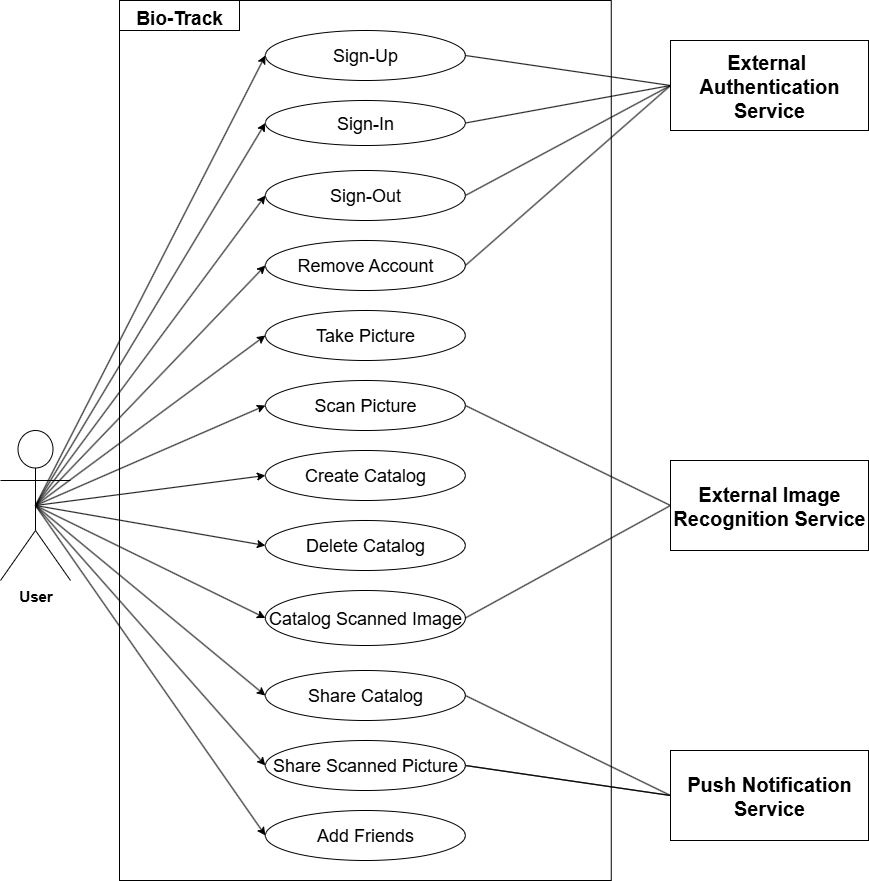
Above: documentation/images/Use Case Diagram (CPEN).drawio.png in XXLSmile/BioTrack (draw.io), before the change. Source tidied: cells renumbered, new cells last; positions are measured from the earlier drawing's top-left corner, leaving out a move shared by most shapes. Source of this version:
```xml
<mxGraphModel>
  <root>
    <mxCell id="0" />
    <mxCell id="1" parent="0" />
    <mxCell id="2" style="rounded=0;whiteSpace=wrap;html=1;" parent="1" vertex="1">
      <mxGeometry x="119" width="491.8" height="880" as="geometry" />
    </mxCell>
    <mxCell id="3" value="&lt;font&gt;User&lt;/font&gt;" style="shape=umlActor;verticalLabelPosition=bottom;verticalAlign=top;html=1;outlineConnect=0;fontStyle=1;fontSize=15;" parent="1" vertex="1">
      <mxGeometry y="430" width="70" height="150" as="geometry" />
    </mxCell>
    <mxCell id="4" value="External&amp;nbsp;&lt;div&gt;Authentication Service&lt;/div&gt;" style="html=1;whiteSpace=wrap;fontSize=20;fontStyle=1;" parent="1" vertex="1">
      <mxGeometry x="670" y="40" width="198" height="90" as="geometry" />
    </mxCell>
    <mxCell id="5" value="External Image Recognition Service" style="html=1;whiteSpace=wrap;fontSize=20;fontStyle=1;" parent="1" vertex="1">
      <mxGeometry x="670" y="460" width="198" height="90" as="geometry" />
    </mxCell>
    <mxCell id="6" value="Push Notification Service" style="html=1;whiteSpace=wrap;fontSize=20;fontStyle=1;" parent="1" vertex="1">
      <mxGeometry x="670" y="750" width="198" height="90" as="geometry" />
    </mxCell>
    <mxCell id="7" value="&lt;font style=&quot;font-size: 18px;&quot;&gt;Remove Account&lt;/font&gt;" style="ellipse;whiteSpace=wrap;html=1;" parent="1" vertex="1">
      <mxGeometry x="264.9" y="240" width="200" height="50" as="geometry" />
    </mxCell>
    <mxCell id="8" value="&lt;font style=&quot;font-size: 18px;&quot;&gt;Sign-Up&lt;/font&gt;" style="ellipse;whiteSpace=wrap;html=1;" parent="1" vertex="1">
      <mxGeometry x="264.9" y="30" width="200" height="50" as="geometry" />
    </mxCell>
    <mxCell id="9" value="&lt;font style=&quot;font-size: 18px;&quot;&gt;Sign-In&lt;/font&gt;" style="ellipse;whiteSpace=wrap;html=1;" parent="1" vertex="1">
      <mxGeometry x="264.9" y="100" width="200" height="45" as="geometry" />
    </mxCell>
    <mxCell id="10" value="&lt;font style=&quot;font-size: 18px;&quot;&gt;Sign-Out&lt;/font&gt;" style="ellipse;whiteSpace=wrap;html=1;" parent="1" vertex="1">
      <mxGeometry x="264.9" y="170" width="200" height="50" as="geometry" />
    </mxCell>
    <mxCell id="11" style="endArrow=classic;html=1;rounded=0;entryX=0;entryY=0.5;entryDx=0;entryDy=0;exitX=0.5;exitY=0.5;exitDx=0;exitDy=0;exitPerimeter=0;" parent="1" edge="1" source="3" target="8">
      <mxGeometry relative="1" as="geometry" />
    </mxCell>
    <mxCell id="12" style="endArrow=classic;html=1;rounded=0;entryX=0;entryY=0.5;entryDx=0;entryDy=0;exitX=0.5;exitY=0.5;exitDx=0;exitDy=0;exitPerimeter=0;" parent="1" edge="1" source="3" target="9">
      <mxGeometry relative="1" as="geometry" />
    </mxCell>
    <mxCell id="13" style="endArrow=classic;html=1;rounded=0;entryX=0;entryY=0.5;entryDx=0;entryDy=0;exitX=0.5;exitY=0.5;exitDx=0;exitDy=0;exitPerimeter=0;" parent="1" edge="1" source="3" target="10">
      <mxGeometry relative="1" as="geometry" />
    </mxCell>
    <mxCell id="14" style="endArrow=classic;html=1;rounded=0;entryX=0;entryY=0.5;entryDx=0;entryDy=0;exitX=0.5;exitY=0.5;exitDx=0;exitDy=0;exitPerimeter=0;" parent="1" edge="1" source="3" target="7">
      <mxGeometry relative="1" as="geometry" />
    </mxCell>
    <mxCell id="15" value="&lt;font style=&quot;font-size: 18px;&quot;&gt;Take Picture&lt;/font&gt;" style="ellipse;whiteSpace=wrap;html=1;" parent="1" vertex="1">
      <mxGeometry x="264.9" y="310" width="200" height="50" as="geometry" />
    </mxCell>
    <mxCell id="16" value="&lt;font style=&quot;font-size: 18px;&quot;&gt;Scan Picture&lt;/font&gt;" style="ellipse;whiteSpace=wrap;html=1;" parent="1" vertex="1">
      <mxGeometry x="264.9" y="380" width="200" height="50" as="geometry" />
    </mxCell>
    <mxCell id="17" style="endArrow=none;html=1;rounded=0;exitX=1;exitY=0.5;exitDx=0;exitDy=0;entryX=0;entryY=0.5;entryDx=0;entryDy=0;" parent="1" edge="1" source="8" target="4">
      <mxGeometry relative="1" as="geometry" />
    </mxCell>
    <mxCell id="18" style="endArrow=none;html=1;rounded=0;exitX=1;exitY=0.5;exitDx=0;exitDy=0;entryX=0;entryY=0.5;entryDx=0;entryDy=0;" parent="1" edge="1" source="9" target="4">
      <mxGeometry relative="1" as="geometry" />
    </mxCell>
    <mxCell id="19" style="endArrow=none;html=1;rounded=0;exitX=1;exitY=0.5;exitDx=0;exitDy=0;entryX=0;entryY=0.5;entryDx=0;entryDy=0;" parent="1" edge="1" source="10" target="4">
      <mxGeometry relative="1" as="geometry" />
    </mxCell>
    <mxCell id="20" style="endArrow=none;html=1;rounded=0;exitX=1;exitY=0.5;exitDx=0;exitDy=0;entryX=0;entryY=0.5;entryDx=0;entryDy=0;" parent="1" edge="1" source="7" target="4">
      <mxGeometry relative="1" as="geometry" />
    </mxCell>
    <mxCell id="21" style="endArrow=classic;html=1;rounded=0;entryX=0;entryY=0.5;entryDx=0;entryDy=0;exitX=0.5;exitY=0.5;exitDx=0;exitDy=0;exitPerimeter=0;" parent="1" edge="1" source="3" target="15">
      <mxGeometry relative="1" as="geometry" />
    </mxCell>
    <mxCell id="22" style="endArrow=classic;html=1;rounded=0;entryX=0;entryY=0.5;entryDx=0;entryDy=0;exitX=0.5;exitY=0.5;exitDx=0;exitDy=0;exitPerimeter=0;" parent="1" edge="1" source="3" target="16">
      <mxGeometry relative="1" as="geometry" />
    </mxCell>
    <mxCell id="23" style="endArrow=none;html=1;rounded=0;exitX=1;exitY=0.5;exitDx=0;exitDy=0;entryX=0;entryY=0.5;entryDx=0;entryDy=0;" parent="1" edge="1" source="16" target="5">
      <mxGeometry relative="1" as="geometry" />
    </mxCell>
    <mxCell id="24" value="&lt;font style=&quot;font-size: 18px;&quot;&gt;Delete Catalog&lt;/font&gt;" style="ellipse;whiteSpace=wrap;html=1;" parent="1" vertex="1">
      <mxGeometry x="264.9" y="520" width="200" height="50" as="geometry" />
    </mxCell>
    <mxCell id="25" value="&lt;font style=&quot;font-size: 18px;&quot;&gt;Catalog Scanned Image&lt;/font&gt;" style="ellipse;whiteSpace=wrap;html=1;" parent="1" vertex="1">
      <mxGeometry x="264.9" y="590" width="200" height="55" as="geometry" />
    </mxCell>
    <mxCell id="26" value="&lt;font style=&quot;font-size: 18px;&quot;&gt;Create Catalog&lt;/font&gt;" style="ellipse;whiteSpace=wrap;html=1;" parent="1" vertex="1">
      <mxGeometry x="264.9" y="450" width="200" height="50" as="geometry" />
    </mxCell>
    <mxCell id="27" value="&lt;font style=&quot;font-size: 18px;&quot;&gt;Share Catalog&lt;/font&gt;" style="ellipse;whiteSpace=wrap;html=1;" parent="1" vertex="1">
      <mxGeometry x="264.9" y="670" width="200" height="50" as="geometry" />
    </mxCell>
    <mxCell id="28" style="endArrow=none;html=1;rounded=0;exitX=1;exitY=0.5;exitDx=0;exitDy=0;entryX=0;entryY=0.5;entryDx=0;entryDy=0;" parent="1" edge="1" source="25" target="5">
      <mxGeometry relative="1" as="geometry" />
    </mxCell>
    <mxCell id="29" style="endArrow=classic;html=1;rounded=0;entryX=0;entryY=0.5;entryDx=0;entryDy=0;entryPerimeter=0;exitX=0.5;exitY=0.5;exitDx=0;exitDy=0;exitPerimeter=0;" parent="1" edge="1" source="3" target="26">
      <mxGeometry relative="1" as="geometry" />
    </mxCell>
    <mxCell id="30" style="endArrow=classic;html=1;rounded=0;fontFamily=Helvetica;fontSize=15;fontColor=default;fontStyle=1;exitX=0.5;exitY=0.5;exitDx=0;exitDy=0;exitPerimeter=0;entryX=0;entryY=0.5;entryDx=0;entryDy=0;" parent="1" edge="1" source="3" target="24">
      <mxGeometry relative="1" as="geometry" />
    </mxCell>
    <mxCell id="31" style="endArrow=classic;html=1;rounded=0;fontFamily=Helvetica;fontSize=15;fontColor=default;fontStyle=1;exitX=0.5;exitY=0.5;exitDx=0;exitDy=0;exitPerimeter=0;entryX=0;entryY=0.5;entryDx=0;entryDy=0;" parent="1" edge="1" source="3" target="27">
      <mxGeometry relative="1" as="geometry" />
    </mxCell>
    <mxCell id="32" style="endArrow=classic;html=1;rounded=0;fontFamily=Helvetica;fontSize=15;fontColor=default;fontStyle=1;exitX=0.5;exitY=0.5;exitDx=0;exitDy=0;exitPerimeter=0;entryX=0;entryY=0.5;entryDx=0;entryDy=0;" parent="1" edge="1" source="3" target="25">
      <mxGeometry relative="1" as="geometry" />
    </mxCell>
    <mxCell id="33" style="endArrow=none;html=1;rounded=0;fontFamily=Helvetica;fontSize=15;fontColor=default;fontStyle=1;exitX=1;exitY=0.5;exitDx=0;exitDy=0;entryX=0;entryY=0.5;entryDx=0;entryDy=0;" parent="1" edge="1" source="38" target="6">
      <mxGeometry relative="1" as="geometry" />
    </mxCell>
    <mxCell id="34" style="endArrow=classic;html=1;rounded=0;fontFamily=Helvetica;fontSize=15;fontColor=default;fontStyle=1;exitX=0.5;exitY=0.5;exitDx=0;exitDy=0;exitPerimeter=0;entryX=0;entryY=0.5;entryDx=0;entryDy=0;" parent="1" edge="1" source="3" target="38">
      <mxGeometry relative="1" as="geometry" />
    </mxCell>
    <mxCell id="35" value="&lt;font style=&quot;font-size: 18px;&quot;&gt;Add Friends&lt;/font&gt;" style="ellipse;whiteSpace=wrap;html=1;" parent="1" vertex="1">
      <mxGeometry x="264.9" y="810" width="200" height="50" as="geometry" />
    </mxCell>
    <mxCell id="36" style="endArrow=classic;html=1;rounded=0;fontFamily=Helvetica;fontSize=15;fontColor=default;fontStyle=1;exitX=0.5;exitY=0.5;exitDx=0;exitDy=0;exitPerimeter=0;entryX=0;entryY=0.5;entryDx=0;entryDy=0;" parent="1" edge="1" source="3" target="35">
      <mxGeometry relative="1" as="geometry" />
    </mxCell>
    <mxCell id="37" style="endArrow=none;html=1;rounded=0;fontFamily=Helvetica;fontSize=15;fontColor=default;fontStyle=1;entryX=1;entryY=0.5;entryDx=0;entryDy=0;exitX=0;exitY=0.5;exitDx=0;exitDy=0;" parent="1" edge="1" source="6" target="38">
      <mxGeometry relative="1" as="geometry" />
    </mxCell>
    <mxCell id="38" value="&lt;font style=&quot;font-size: 18px;&quot;&gt;Share Scanned Picture&lt;/font&gt;" style="ellipse;whiteSpace=wrap;html=1;" parent="1" vertex="1">
      <mxGeometry x="264.9" y="740" width="200" height="50" as="geometry" />
    </mxCell>
    <mxCell id="39" style="endArrow=none;html=1;rounded=0;fontFamily=Helvetica;fontSize=15;fontColor=default;fontStyle=1;entryX=1;entryY=0.5;entryDx=0;entryDy=0;exitX=0;exitY=0.5;exitDx=0;exitDy=0;" parent="1" edge="1" source="6" target="27">
      <mxGeometry relative="1" as="geometry" />
    </mxCell>
    <mxCell id="40" value="&lt;font style=&quot;font-size: 19px;&quot;&gt;Bio-Track&lt;/font&gt;" style="rounded=0;whiteSpace=wrap;html=1;strokeColor=default;align=center;verticalAlign=top;fontFamily=Helvetica;fontSize=15;fontColor=default;fontStyle=1;fillColor=default;" parent="1" vertex="1">
      <mxGeometry x="119" width="120" height="30" as="geometry" />
    </mxCell>
  </root>
</mxGraphModel>
```
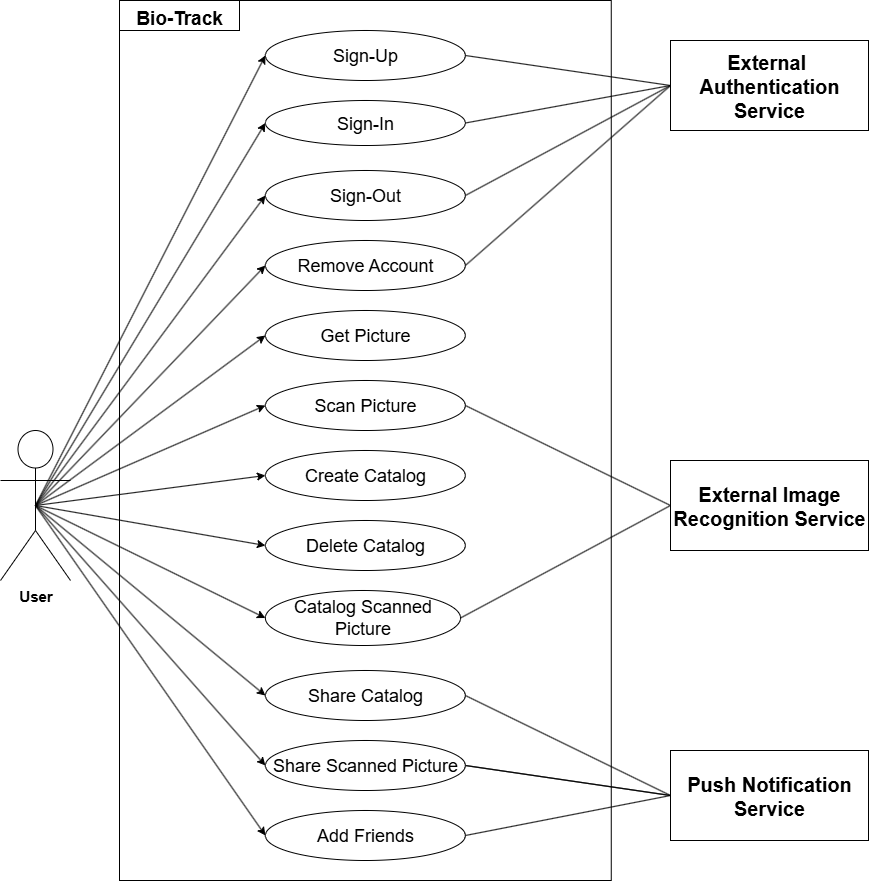
After the change.

What changed in the source:
```diff
@@ -41,7 +41,7 @@
     <mxCell id="14" style="endArrow=classic;html=1;rounded=0;entryX=0;entryY=0.5;entryDx=0;entryDy=0;exitX=0.5;exitY=0.5;exitDx=0;exitDy=0;exitPerimeter=0;" parent="1" edge="1" source="3" target="7">
       <mxGeometry relative="1" as="geometry" />
     </mxCell>
-    <mxCell id="15" value="&lt;font style=&quot;font-size: 18px;&quot;&gt;Take Picture&lt;/font&gt;" style="ellipse;whiteSpace=wrap;html=1;" parent="1" vertex="1">
+    <mxCell id="15" value="&lt;font style=&quot;font-size: 18px;&quot;&gt;Get Picture&lt;/font&gt;" style="ellipse;whiteSpace=wrap;html=1;" parent="1" vertex="1">
       <mxGeometry x="264.9" y="310" width="200" height="50" as="geometry" />
     </mxCell>
     <mxCell id="16" value="&lt;font style=&quot;font-size: 18px;&quot;&gt;Scan Picture&lt;/font&gt;" style="ellipse;whiteSpace=wrap;html=1;" parent="1" vertex="1">
@@ -71,8 +71,8 @@
     <mxCell id="24" value="&lt;font style=&quot;font-size: 18px;&quot;&gt;Delete Catalog&lt;/font&gt;" style="ellipse;whiteSpace=wrap;html=1;" parent="1" vertex="1">
       <mxGeometry x="264.9" y="520" width="200" height="50" as="geometry" />
     </mxCell>
-    <mxCell id="25" value="&lt;font style=&quot;font-size: 18px;&quot;&gt;Catalog Scanned Image&lt;/font&gt;" style="ellipse;whiteSpace=wrap;html=1;" parent="1" vertex="1">
-      <mxGeometry x="264.9" y="590" width="200" height="55" as="geometry" />
+    <mxCell id="25" value="&lt;font style=&quot;font-size: 18px;&quot;&gt;Catalog Scanned Picture&lt;/font&gt;" style="ellipse;whiteSpace=wrap;html=1;" parent="1" vertex="1">
+      <mxGeometry x="264.9" y="590" width="195.1" height="55" as="geometry" />
     </mxCell>
     <mxCell id="26" value="&lt;font style=&quot;font-size: 18px;&quot;&gt;Create Catalog&lt;/font&gt;" style="ellipse;whiteSpace=wrap;html=1;" parent="1" vertex="1">
       <mxGeometry x="264.9" y="450" width="200" height="50" as="geometry" />
@@ -119,5 +119,8 @@
     <mxCell id="40" value="&lt;font style=&quot;font-size: 19px;&quot;&gt;Bio-Track&lt;/font&gt;" style="rounded=0;whiteSpace=wrap;html=1;strokeColor=default;align=center;verticalAlign=top;fontFamily=Helvetica;fontSize=15;fontColor=default;fontStyle=1;fillColor=default;" parent="1" vertex="1">
       <mxGeometry x="119" width="120" height="30" as="geometry" />
     </mxCell>
+    <mxCell id="41" style="endArrow=none;html=1;rounded=0;fontFamily=Helvetica;fontSize=15;fontColor=default;fontStyle=1;entryX=0;entryY=0.5;entryDx=0;entryDy=0;exitX=1;exitY=0.5;exitDx=0;exitDy=0;" parent="1" edge="1" source="35" target="6">
+      <mxGeometry relative="1" as="geometry" />
+    </mxCell>
   </root>
 </mxGraphModel>
```
